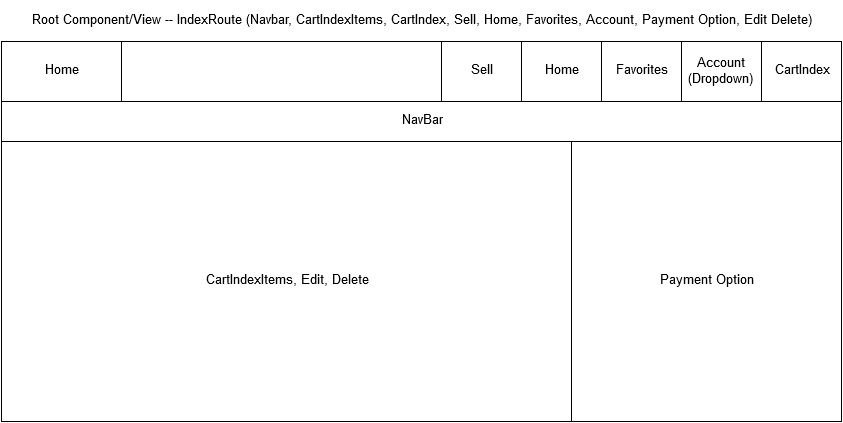
Before: docs/wireframes/cart.png, a diagram exported from draw.io (jonathol/etsy). Source tidied: cells renumbered, new cells last; positions are measured from the earlier drawing's top-left corner, leaving out a move shared by most shapes.
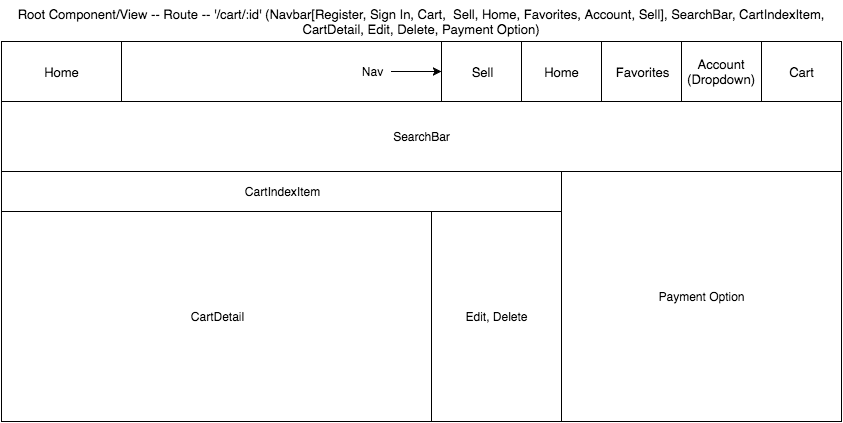
After the commit.

Diff of the diagram source:
```diff
@@ -2,68 +2,83 @@
   <root>
     <mxCell id="0" />
     <mxCell id="1" parent="0" />
-    <mxCell id="2" value="Root Component/View -- IndexRoute (Navbar, CartIndexItems, CartIndex, Sell, Home, Favorites, Account, Payment Option, Edit Delete)&lt;br&gt;" style="text;strokeColor=none;fillColor=none;align=center;verticalAlign=middle;overflow=hidden;rounded=0;fontSize=13;fontColor=#000000;textDirection=ltr;whiteSpace=wrap;html=1;" parent="1" vertex="1">
-      <mxGeometry width="840" height="40" as="geometry" />
-    </mxCell>
-    <mxCell id="3" style="whiteSpace=wrap;html=1;rounded=0;strokeColor=#000000;strokeWidth=1;fillColor=#ffffff;fontSize=13;fontColor=#000000;" parent="1" vertex="1">
-      <mxGeometry y="40" width="840" height="380" as="geometry" />
-    </mxCell>
-    <mxCell id="4" style="whiteSpace=wrap;html=1;rounded=0;strokeColor=#000000;strokeWidth=1;fillColor=#ffffff;fontSize=13;fontColor=#000000;" parent="1" vertex="1">
-      <mxGeometry y="40" width="840" height="60" as="geometry" />
-    </mxCell>
-    <mxCell id="5" style="whiteSpace=wrap;html=1;rounded=0;strokeColor=#000000;strokeWidth=1;fillColor=#ffffff;fontSize=13;fontColor=#000000;" parent="1" vertex="1">
-      <mxGeometry y="40" width="120" height="60" as="geometry" />
-    </mxCell>
-    <mxCell id="6" style="whiteSpace=wrap;html=1;rounded=0;strokeColor=#000000;strokeWidth=1;fillColor=#ffffff;fontSize=13;fontColor=#000000;" parent="1" vertex="1">
-      <mxGeometry x="760" y="40" width="80" height="60" as="geometry" />
-    </mxCell>
-    <mxCell id="7" style="whiteSpace=wrap;html=1;rounded=0;strokeColor=#000000;strokeWidth=1;fillColor=#ffffff;fontSize=13;fontColor=#000000;" parent="1" vertex="1">
-      <mxGeometry x="680" y="40" width="80" height="60" as="geometry" />
-    </mxCell>
-    <mxCell id="8" style="whiteSpace=wrap;html=1;rounded=0;strokeColor=#000000;strokeWidth=1;fillColor=#ffffff;fontSize=13;fontColor=#000000;" parent="1" vertex="1">
-      <mxGeometry x="600" y="40" width="80" height="60" as="geometry" />
-    </mxCell>
-    <mxCell id="9" style="whiteSpace=wrap;html=1;rounded=0;strokeColor=#000000;strokeWidth=1;fillColor=#ffffff;fontSize=13;fontColor=#000000;" parent="1" vertex="1">
-      <mxGeometry x="520" y="40" width="80" height="60" as="geometry" />
-    </mxCell>
-    <mxCell id="10" style="whiteSpace=wrap;html=1;rounded=0;strokeColor=#000000;strokeWidth=1;fillColor=#ffffff;fontSize=13;fontColor=#000000;" parent="1" vertex="1">
-      <mxGeometry x="440" y="40" width="80" height="60" as="geometry" />
-    </mxCell>
-    <mxCell id="11" value="CartIndex" style="text;html=1;strokeColor=none;fillColor=none;align=center;verticalAlign=middle;whiteSpace=wrap;overflow=hidden;rounded=0;fontSize=13;fontColor=#000000;" parent="1" vertex="1">
-      <mxGeometry x="760" y="40" width="80" height="60" as="geometry" />
-    </mxCell>
-    <mxCell id="12" value="Home" style="text;html=1;strokeColor=none;fillColor=none;align=center;verticalAlign=middle;whiteSpace=wrap;overflow=hidden;rounded=0;fontSize=13;fontColor=#000000;" parent="1" vertex="1">
-      <mxGeometry y="40" width="120" height="60" as="geometry" />
-    </mxCell>
+    <mxCell id="23" value="Root Component/View -- Route -- '/cart/:id' (Navbar[Register, Sign In, Cart, &amp;nbsp;Sell, Home, Favorites, Account, Sell], SearchBar, CartIndexItem, CartDetail, Edit, Delete, Payment Option)&lt;br&gt;" style="text;strokeColor=none;fillColor=none;align=center;verticalAlign=middle;overflow=hidden;rounded=0;fontSize=13;fontColor=#000000;textDirection=ltr;whiteSpace=wrap;html=1;" parent="1" vertex="1">
+      <mxGeometry width="840" height="40" as="geometry" />
+    </mxCell>
+    <mxCell id="24" style="whiteSpace=wrap;html=1;rounded=0;strokeColor=#000000;strokeWidth=1;fillColor=#ffffff;fontSize=13;fontColor=#000000;" parent="1" vertex="1">
+      <mxGeometry y="40" width="840" height="380" as="geometry" />
+    </mxCell>
+    <mxCell id="25" style="whiteSpace=wrap;html=1;rounded=0;strokeColor=#000000;strokeWidth=1;fillColor=#ffffff;fontSize=13;fontColor=#000000;" parent="1" vertex="1">
+      <mxGeometry y="40" width="840" height="60" as="geometry" />
+    </mxCell>
+    <mxCell id="26" style="whiteSpace=wrap;html=1;rounded=0;strokeColor=#000000;strokeWidth=1;fillColor=#ffffff;fontSize=13;fontColor=#000000;" parent="1" vertex="1">
+      <mxGeometry y="40" width="120" height="60" as="geometry" />
+    </mxCell>
+    <mxCell id="27" style="whiteSpace=wrap;html=1;rounded=0;strokeColor=#000000;strokeWidth=1;fillColor=#ffffff;fontSize=13;fontColor=#000000;" parent="1" vertex="1">
+      <mxGeometry x="760" y="40" width="80" height="60" as="geometry" />
+    </mxCell>
+    <mxCell id="28" style="whiteSpace=wrap;html=1;rounded=0;strokeColor=#000000;strokeWidth=1;fillColor=#ffffff;fontSize=13;fontColor=#000000;" parent="1" vertex="1">
+      <mxGeometry x="680" y="40" width="80" height="60" as="geometry" />
+    </mxCell>
+    <mxCell id="29" style="whiteSpace=wrap;html=1;rounded=0;strokeColor=#000000;strokeWidth=1;fillColor=#ffffff;fontSize=13;fontColor=#000000;" parent="1" vertex="1">
+      <mxGeometry x="600" y="40" width="80" height="60" as="geometry" />
+    </mxCell>
+    <mxCell id="30" style="whiteSpace=wrap;html=1;rounded=0;strokeColor=#000000;strokeWidth=1;fillColor=#ffffff;fontSize=13;fontColor=#000000;" parent="1" vertex="1">
+      <mxGeometry x="520" y="40" width="80" height="60" as="geometry" />
+    </mxCell>
+    <mxCell id="31" style="whiteSpace=wrap;html=1;rounded=0;strokeColor=#000000;strokeWidth=1;fillColor=#ffffff;fontSize=13;fontColor=#000000;" parent="1" vertex="1">
+      <mxGeometry x="440" y="40" width="80" height="60" as="geometry" />
+    </mxCell>
+    <mxCell id="32" value="Cart" style="text;html=1;strokeColor=none;fillColor=none;align=center;verticalAlign=middle;whiteSpace=wrap;overflow=hidden;rounded=0;fontSize=13;fontColor=#000000;" parent="1" vertex="1">
+      <mxGeometry x="760" y="40" width="80" height="60" as="geometry" />
+    </mxCell>
+    <mxCell id="33" value="Home" style="text;html=1;strokeColor=none;fillColor=none;align=center;verticalAlign=middle;whiteSpace=wrap;overflow=hidden;rounded=0;fontSize=13;fontColor=#000000;" parent="1" vertex="1">
+      <mxGeometry y="40" width="120" height="60" as="geometry" />
+    </mxCell>
     <mxCell id="13" value="Favorites&lt;br&gt;" style="text;html=1;strokeColor=none;fillColor=none;align=center;verticalAlign=middle;whiteSpace=wrap;overflow=hidden;rounded=0;fontSize=13;fontColor=#000000;" parent="1" vertex="1">
       <mxGeometry x="600" y="40" width="80" height="60" as="geometry" />
     </mxCell>
-    <mxCell id="14" value="Home" style="text;html=1;strokeColor=none;fillColor=none;align=center;verticalAlign=middle;whiteSpace=wrap;overflow=hidden;rounded=0;fontSize=13;fontColor=#000000;" parent="1" vertex="1">
-      <mxGeometry x="520" y="40" width="80" height="60" as="geometry" />
-    </mxCell>
+    <mxCell id="34" value="Home" style="text;html=1;strokeColor=none;fillColor=none;align=center;verticalAlign=middle;whiteSpace=wrap;overflow=hidden;rounded=0;fontSize=13;fontColor=#000000;" parent="1" vertex="1">
+      <mxGeometry x="520" y="40" width="80" height="60" as="geometry" />
+    </mxCell>
     <mxCell id="15" value="Sell" style="text;html=1;strokeColor=none;fillColor=none;align=center;verticalAlign=middle;whiteSpace=wrap;overflow=hidden;rounded=0;fontSize=13;fontColor=#000000;" parent="1" vertex="1">
       <mxGeometry x="440" y="40" width="80" height="60" as="geometry" />
     </mxCell>
     <mxCell id="16" value="Account (Dropdown)&lt;br&gt;" style="text;html=1;strokeColor=none;fillColor=none;align=center;verticalAlign=middle;whiteSpace=wrap;overflow=hidden;rounded=0;fontSize=13;fontColor=#000000;" parent="1" vertex="1">
       <mxGeometry x="680" y="40" width="80" height="60" as="geometry" />
     </mxCell>
-    <mxCell id="17" style="whiteSpace=wrap;html=1;rounded=0;strokeColor=#000000;strokeWidth=1;fillColor=#ffffff;fontSize=13;fontColor=#000000;" parent="1" vertex="1">
-      <mxGeometry y="100" width="840" height="40" as="geometry" />
-    </mxCell>
-    <mxCell id="18" value="NavBar&lt;br&gt;" style="text;html=1;strokeColor=none;fillColor=none;align=center;verticalAlign=middle;whiteSpace=wrap;overflow=hidden;rounded=0;fontSize=13;fontColor=#000000;" parent="1" vertex="1">
-      <mxGeometry y="100" width="840" height="40" as="geometry" />
-    </mxCell>
-    <mxCell id="19" style="whiteSpace=wrap;html=1;rounded=0;strokeColor=#000000;strokeWidth=1;fillColor=#FFFFFF;gradientColor=none;fontSize=13;fontColor=#000000;" parent="1" vertex="1">
-      <mxGeometry y="140" width="570" height="280" as="geometry" />
-    </mxCell>
-    <mxCell id="20" value="CartIndexItems, Edit, Delete&lt;br&gt;" style="text;html=1;strokeColor=none;fillColor=none;align=center;verticalAlign=middle;whiteSpace=wrap;overflow=hidden;rounded=0;fontSize=13;fontColor=#000000;" parent="1" vertex="1">
-      <mxGeometry y="140" width="570" height="280" as="geometry" />
-    </mxCell>
-    <mxCell id="21" style="whiteSpace=wrap;html=1;rounded=0;strokeColor=#000000;strokeWidth=1;fillColor=#FFFFFF;gradientColor=none;fontSize=13;fontColor=#000000;" parent="1" vertex="1">
-      <mxGeometry x="570" y="140" width="270" height="280" as="geometry" />
-    </mxCell>
+    <mxCell id="35" value="Nav" style="text;html=1;strokeColor=none;fillColor=none;align=center;verticalAlign=middle;whiteSpace=wrap;overflow=hidden;" parent="1" vertex="1">
+      <mxGeometry x="350" y="60" width="40" height="20" as="geometry" />
+    </mxCell>
+    <mxCell id="36" style="endArrow=classic;html=1;entryX=0;entryY=0.5;exitX=1;exitY=0.5;" parent="1" edge="1" source="35" target="15">
+      <mxGeometry x="400" y="80" as="geometry" />
+    </mxCell>
+    <mxCell id="37" value="SearchBar" style="text;html=1;strokeColor=none;fillColor=none;align=center;verticalAlign=middle;whiteSpace=wrap;overflow=hidden;" parent="1" vertex="1">
+      <mxGeometry y="100" width="840" height="70" as="geometry" />
+    </mxCell>
+    <mxCell id="38" style="whiteSpace=wrap;html=1;" parent="1" vertex="1">
+      <mxGeometry y="170" width="840" height="250" as="geometry" />
+    </mxCell>
+    <mxCell id="39" style="whiteSpace=wrap;html=1;" parent="1" vertex="1">
+      <mxGeometry x="560" y="170" width="280" height="250" as="geometry" />
+    </mxCell>
-    <mxCell id="22" value="Payment Option&lt;br&gt;" style="text;html=1;strokeColor=none;fillColor=none;align=center;verticalAlign=middle;whiteSpace=wrap;overflow=hidden;rounded=0;fontSize=13;fontColor=#000000;" parent="1" vertex="1">
-      <mxGeometry x="570" y="140" width="270" height="280" as="geometry" />
+    <mxCell id="22" value="Payment Option" style="text;html=1;strokeColor=none;fillColor=none;align=center;verticalAlign=middle;whiteSpace=wrap;overflow=hidden;" parent="1" vertex="1">
+      <mxGeometry x="560" y="170" width="280" height="250" as="geometry" />
     </mxCell>
+    <mxCell id="40" style="whiteSpace=wrap;html=1;" parent="1" vertex="1">
+      <mxGeometry y="170" width="560" height="40" as="geometry" />
+    </mxCell>
+    <mxCell id="41" value="CartIndexItem" style="text;html=1;strokeColor=none;fillColor=none;align=center;verticalAlign=middle;whiteSpace=wrap;overflow=hidden;" parent="1" vertex="1">
+      <mxGeometry y="170" width="560" height="40" as="geometry" />
+    </mxCell>
+    <mxCell id="42" style="whiteSpace=wrap;html=1;" parent="1" vertex="1">
+      <mxGeometry y="210" width="430" height="210" as="geometry" />
+    </mxCell>
+    <mxCell id="43" value="CartDetail" style="text;html=1;strokeColor=none;fillColor=none;align=center;verticalAlign=middle;whiteSpace=wrap;overflow=hidden;" parent="1" vertex="1">
+      <mxGeometry y="210" width="430" height="210" as="geometry" />
+    </mxCell>
+    <mxCell id="44" value="Edit, Delete" style="text;html=1;strokeColor=none;fillColor=none;align=center;verticalAlign=middle;whiteSpace=wrap;overflow=hidden;" parent="1" vertex="1">
+      <mxGeometry x="430" y="210" width="130" height="210" as="geometry" />
+    </mxCell>
   </root>
 </mxGraphModel>
```
